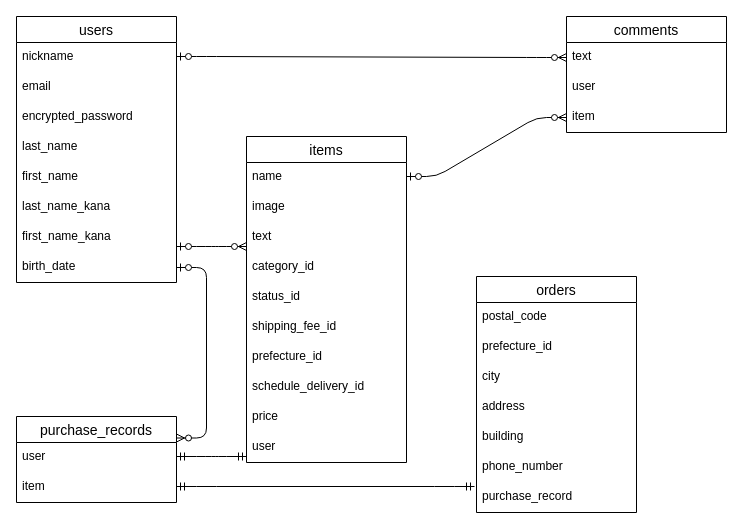
Above: furima.dio in pii-programmer/furima-35568 (draw.io), before the change. Source tidied: cells renumbered, new cells numbered last; positions are measured from the earlier drawing's top-left corner, leaving out a move shared by most shapes. Both pictures are drawn from the tidied source at 100%, with x=0, y=0 at pixel (16, 16).
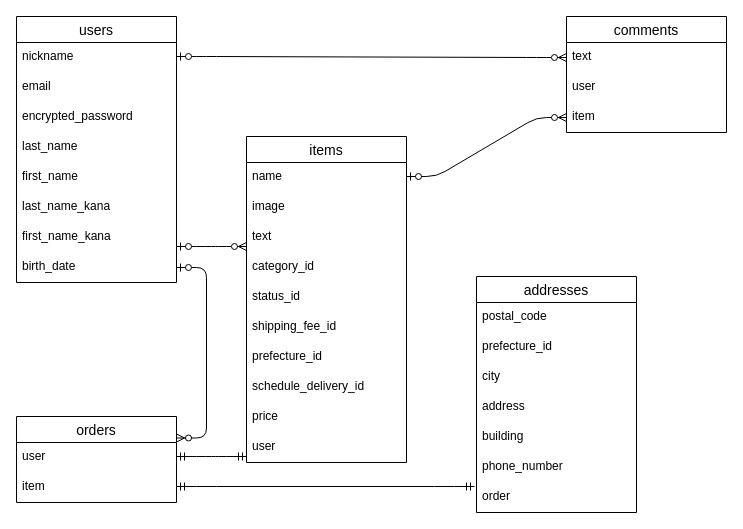
The same diagram, later.

Commit message (it also covers changes not shown here):
データベース設計を修正(orders/addressesテーブル)

The edit, as a diff of the source:
```diff
@@
-    <mxCell id="22" value="orders" style="swimlane;fontStyle=0;horizontal=1;startSize=26;align=center;fontSize=14;" parent="1" vertex="1">
+    <mxCell id="22" value="addresses" style="swimlane;fontStyle=0;horizontal=1;startSize=26;align=center;fontSize=14;" parent="1" vertex="1">
       <mxGeometry x="460" y="260" width="160" height="236" as="geometry" />
     </mxCell>
@@
-    <mxCell id="29" value="purchase_record" style="text;strokeColor=none;fillColor=none;spacingLeft=4;spacingRight=4;overflow=hidden;fontSize=12;" parent="22" vertex="1">
+    <mxCell id="29" value="order" style="text;strokeColor=none;fillColor=none;spacingLeft=4;spacingRight=4;overflow=hidden;fontSize=12;" parent="22" vertex="1">
       <mxGeometry y="206" width="160" height="30" as="geometry" />
     </mxCell>
@@
-    <mxCell id="37" value="purchase_records" style="swimlane;fontStyle=0;horizontal=1;startSize=26;align=center;fontSize=14;" parent="1" vertex="1">
+    <mxCell id="37" value="orders" style="swimlane;fontStyle=0;horizontal=1;startSize=26;align=center;fontSize=14;" parent="1" vertex="1">
       <mxGeometry y="400" width="160" height="86" as="geometry" />
     </mxCell>
```
